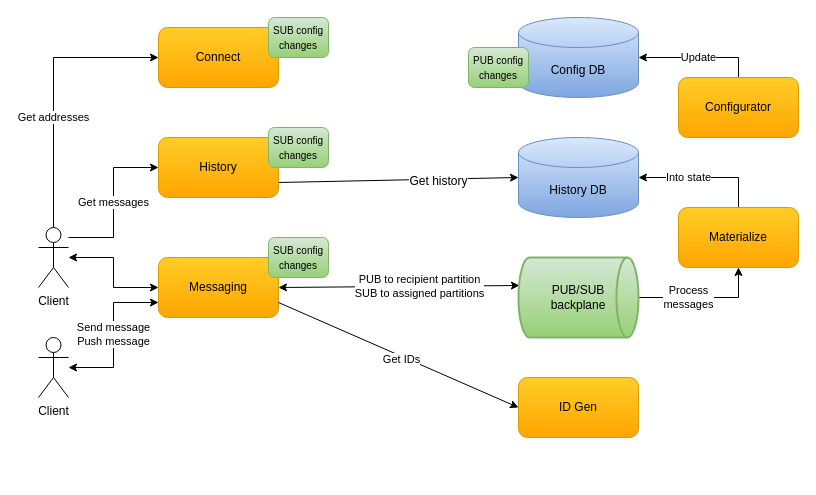
cvetomir-todorov/CecoChat keeps this draw.io diagram as docs/diagrams/cecochat-01-overall.drawio. Above is the earlier version. Source tidied: cells renumbered, new cells numbered last; positions are measured from the earlier drawing's top-left corner, leaving out a move shared by most shapes. Both pictures are drawn from the tidied source at 100%, with x=0, y=0 at pixel (38, 17).
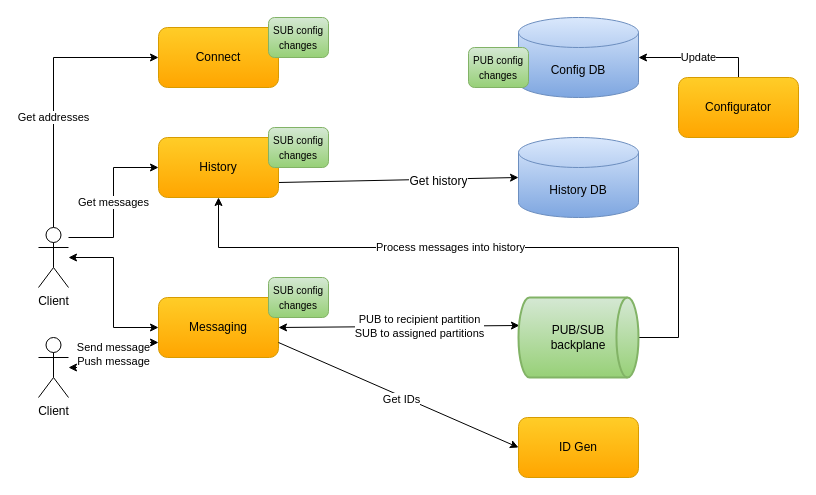
The same page after the edit.

Commit message (it also covers changes not shown here):
Replace/remove references to materialize servers in the docs and diagrams

Unchanged cells that the change refers to:
```xml
<mxCell id="12" value="History DB" style="shape=cylinder3;whiteSpace=wrap;html=1;boundedLbl=1;backgroundOutline=1;size=15;gradientColor=#7ea6e0;fillColor=#dae8fc;strokeColor=#6c8ebf;" parent="1" vertex="1">
  <mxGeometry x="480" y="120" width="120" height="80" as="geometry" />
</mxCell>
<mxCell id="20" value="&lt;font style=&quot;font-size: 12px&quot;&gt;History&lt;/font&gt;" style="rounded=1;whiteSpace=wrap;html=1;gradientColor=#ffa500;fillColor=#ffcd28;strokeColor=#d79b00;" parent="1" vertex="1">
  <mxGeometry x="120" y="120" width="120" height="60" as="geometry" />
</mxCell>
```

What changed in the source:
```diff
@@
     <mxCell id="9" value="&lt;font style=&quot;font-size: 12px&quot;&gt;Messaging&lt;/font&gt;" style="rounded=1;whiteSpace=wrap;html=1;gradientColor=#ffa500;fillColor=#ffcd28;strokeColor=#d79b00;" parent="1" vertex="1">
-      <mxGeometry x="120" y="240" width="120" height="60" as="geometry" />
+      <mxGeometry x="120" y="280" width="120" height="60" as="geometry" />
     </mxCell>
-    <mxCell id="10" value="Process&lt;br&gt;messages" style="edgeStyle=orthogonalEdgeStyle;rounded=0;jettySize=auto;html=1;entryX=0.5;entryY=1;entryDx=0;entryDy=0;" parent="1" edge="1" source="11" target="16">
-      <mxGeometry x="-0.23" relative="1" as="geometry" />
+    <mxCell id="10" value="Process messages into history" style="edgeStyle=orthogonalEdgeStyle;rounded=0;jettySize=auto;html=1;entryX=0.5;entryY=1;entryDx=0;entryDy=0;" parent="1" edge="1" source="11" target="20">
+      <mxGeometry x="0.12" relative="1" as="geometry">
+        <Array as="points">
+          <mxPoint x="640" y="320" />
+          <mxPoint x="640" y="230" />
+          <mxPoint x="180" y="230" />
+        </Array>
+      </mxGeometry>
     </mxCell>
     <mxCell id="11" value="PUB/SUB&lt;br&gt;backplane" style="strokeWidth=2;html=1;shape=mxgraph.flowchart.direct_data;whiteSpace=wrap;gradientColor=#97d077;fillColor=#d5e8d4;strokeColor=#82b366;" parent="1" vertex="1">
-      <mxGeometry x="480" y="240" width="120" height="80" as="geometry" />
+      <mxGeometry x="480" y="280" width="120" height="80" as="geometry" />
     </mxCell>
@@
-    <mxCell id="15" value="Into state" style="edgeStyle=orthogonalEdgeStyle;rounded=0;jettySize=auto;html=1;entryX=1;entryY=0.5;entryDx=0;entryDy=0;entryPerimeter=0;exitX=0.5;exitY=0;exitDx=0;exitDy=0;" parent="1" edge="1" source="16" target="12">
-      <mxGeometry x="0.23" relative="1" as="geometry">
-        <Array as="points">
-          <mxPoint x="700" y="160" />
-        </Array>
-      </mxGeometry>
-    </mxCell>
-    <mxCell id="16" value="Materialize" style="rounded=1;whiteSpace=wrap;html=1;gradientColor=#ffa500;fillColor=#ffcd28;strokeColor=#d79b00;" parent="1" vertex="1">
-      <mxGeometry x="640" y="190" width="120" height="60" as="geometry" />
-    </mxCell>
@@
     <mxCell id="21" value="&lt;font style=&quot;font-size: 12px&quot;&gt;ID Gen&lt;/font&gt;" style="rounded=1;whiteSpace=wrap;html=1;gradientColor=#ffa500;fillColor=#ffcd28;strokeColor=#d79b00;" parent="1" vertex="1">
-      <mxGeometry x="480" y="360" width="120" height="60" as="geometry" />
+      <mxGeometry x="480" y="400" width="120" height="60" as="geometry" />
     </mxCell>
@@
     <mxCell id="26" value="&lt;font style=&quot;font-size: 10px&quot;&gt;SUB config&lt;br&gt;changes&lt;/font&gt;" style="rounded=1;whiteSpace=wrap;html=1;gradientColor=#97d077;fillColor=#d5e8d4;strokeColor=#82b366;" parent="1" vertex="1">
-      <mxGeometry x="230" y="220" width="60" height="40" as="geometry" />
+      <mxGeometry x="230" y="260" width="60" height="40" as="geometry" />
     </mxCell>
```
